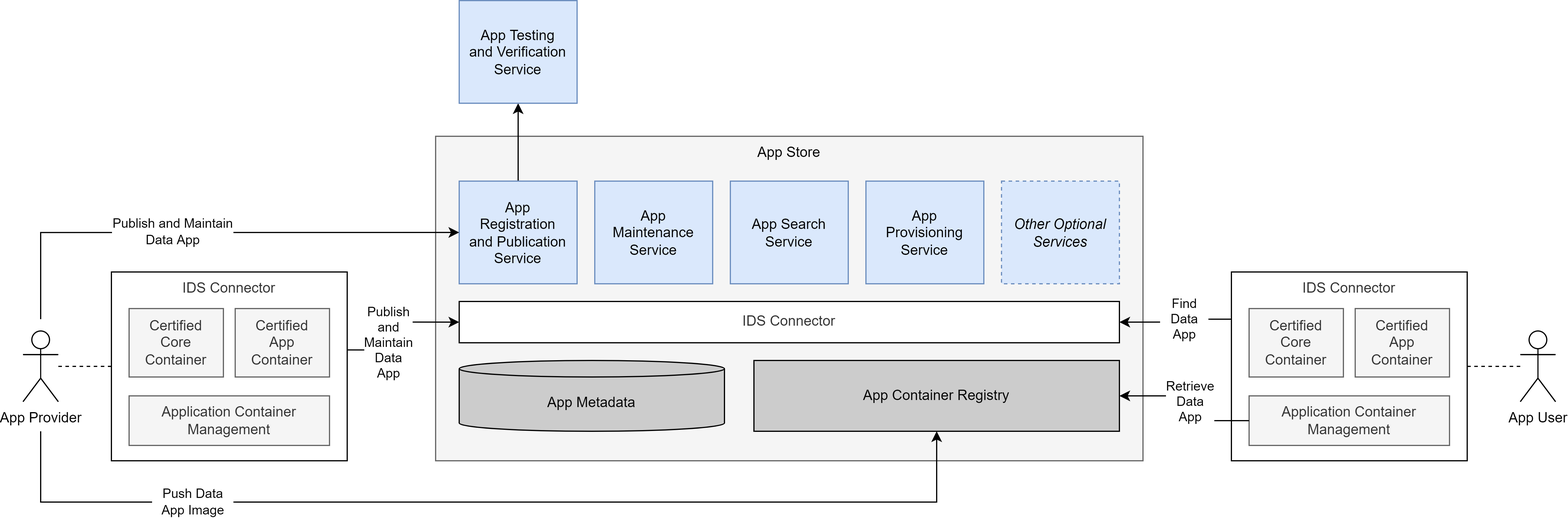
Earlier version of the draw.io export documentation/3_Layers_of_the_Reference_Architecture_Model/3_5_System_Layer/media/app-store-architecture.png (International-Data-Spaces-Association/IDS-RAM_4_0). Source tidied: cells renumbered, new cells last; positions are measured from the earlier drawing's top-left corner, leaving out a move shared by most shapes.
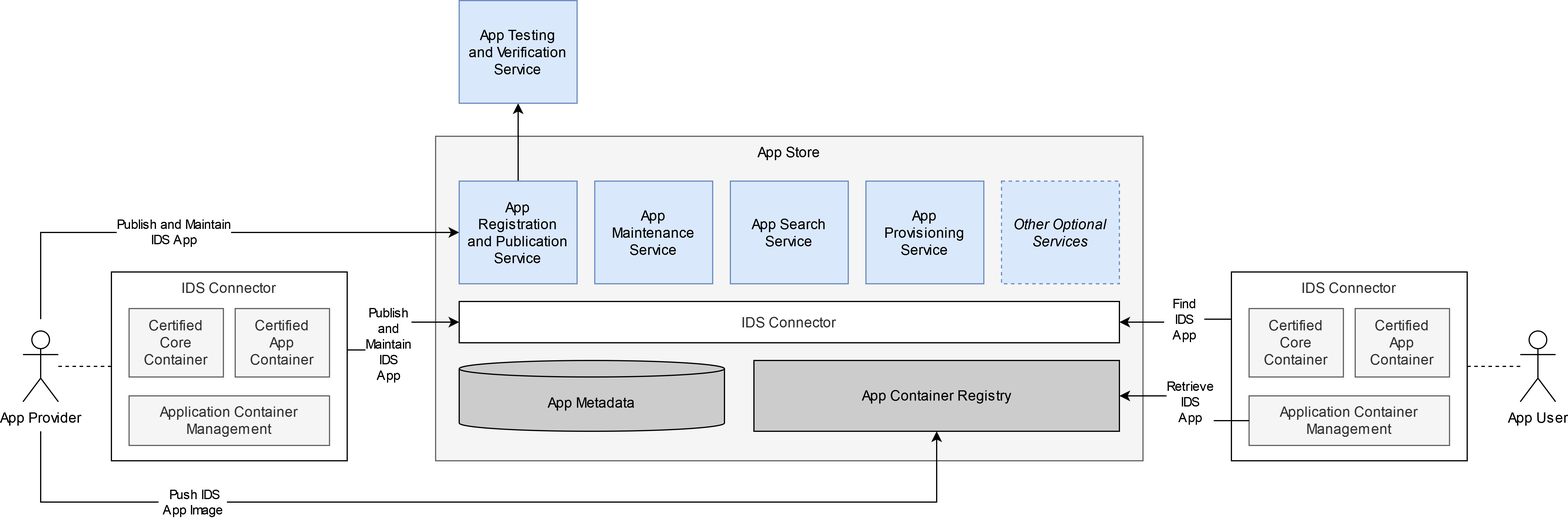
Later version of the same file.

Diff of the diagram source:
```diff
@@ -35,12 +35,12 @@
     <mxCell id="12" style="rounded=0;jettySize=auto;html=1;entryX=0;entryY=0.5;entryDx=0;entryDy=0;exitX=0.998;exitY=0.413;exitDx=0;exitDy=0;exitPerimeter=0;edgeStyle=orthogonalEdgeStyle;" parent="1" edge="1" source="22" target="4">
       <mxGeometry relative="1" as="geometry" />
     </mxCell>
-    <mxCell id="13" value="&lt;div&gt;Publish&lt;/div&gt;&lt;div&gt;and&lt;/div&gt;&lt;div&gt;Maintain&lt;/div&gt;&lt;div&gt;Data&lt;/div&gt;&lt;div&gt;App&lt;br&gt;&lt;/div&gt;" style="edgeLabel;html=1;align=center;verticalAlign=middle;" parent="12" vertex="1">
+    <mxCell id="13" value="&lt;div&gt;Publish&lt;/div&gt;&lt;div&gt;and&lt;/div&gt;&lt;div&gt;Maintain&lt;/div&gt;&lt;div&gt;IDS&lt;/div&gt;&lt;div&gt;App&lt;br&gt;&lt;/div&gt;" style="edgeLabel;html=1;align=center;verticalAlign=middle;" parent="12" vertex="1">
       <mxGeometry x="-0.19" y="-1" relative="1" as="geometry">
         <mxPoint x="-14" y="-6" as="offset" />
       </mxGeometry>
     </mxCell>
-    <mxCell id="14" value="Publish and Maintain&lt;br&gt;Data App" style="rounded=0;jettySize=auto;html=1;entryX=0;entryY=0.5;entryDx=0;entryDy=0;fontColor=#000000;edgeStyle=orthogonalEdgeStyle;" parent="1" edge="1" target="6">
+    <mxCell id="14" value="Publish and Maintain&lt;br&gt;IDS App" style="rounded=0;jettySize=auto;html=1;entryX=0;entryY=0.5;entryDx=0;entryDy=0;fontColor=#000000;edgeStyle=orthogonalEdgeStyle;" parent="1" edge="1" target="6">
       <mxGeometry x="-0.13" y="1" relative="1" as="geometry">
         <mxPoint x="15" y="270" as="sourcePoint" />
         <Array as="points">
@@ -48,7 +48,7 @@
         </Array>
       </mxGeometry>
     </mxCell>
-    <mxCell id="15" value="&amp;nbsp; &amp;nbsp;Push Data&amp;nbsp; &amp;nbsp;&lt;br&gt;App Image" style="edgeStyle=orthogonalEdgeStyle;rounded=0;jettySize=auto;html=1;entryX=0.5;entryY=1;entryDx=0;entryDy=0;fontColor=#000000;" parent="1" edge="1" target="3">
+    <mxCell id="15" value="&amp;nbsp; &amp;nbsp;Push IDS &amp;nbsp; &lt;br&gt;App Image" style="edgeStyle=orthogonalEdgeStyle;rounded=0;jettySize=auto;html=1;entryX=0.5;entryY=1;entryDx=0;entryDy=0;fontColor=#000000;" parent="1" edge="1" target="3">
       <mxGeometry x="-0.57" relative="1" as="geometry">
         <mxPoint x="15" y="365" as="sourcePoint" />
         <Array as="points">
@@ -102,10 +102,10 @@
     <mxCell id="30" value="&lt;div&gt;Certified&lt;/div&gt;&lt;div&gt;Core Container&lt;/div&gt;" style="rounded=0;whiteSpace=wrap;html=1;verticalAlign=middle;fillColor=#f5f5f5;fontColor=#333333;strokeColor=#666666;" parent="26" vertex="1">
       <mxGeometry x="15" y="31" width="80" height="58" as="geometry" />
     </mxCell>
-    <mxCell id="31" value="&lt;div&gt;Find&lt;/div&gt;&lt;div&gt;&amp;nbsp; &amp;nbsp;Data&amp;nbsp; &amp;nbsp;&lt;/div&gt;&lt;div&gt;App&lt;/div&gt;" style="rounded=0;jettySize=auto;html=1;entryX=1;entryY=0.5;entryDx=0;entryDy=0;exitX=0;exitY=0.25;exitDx=0;exitDy=0;edgeStyle=orthogonalEdgeStyle;" parent="1" edge="1" source="27" target="4">
+    <mxCell id="31" value="&lt;div&gt;Find&lt;/div&gt;&lt;div&gt;&amp;nbsp;&amp;nbsp; IDS&amp;nbsp; &amp;nbsp; &lt;br&gt;&lt;/div&gt;&lt;div&gt;App&lt;/div&gt;" style="rounded=0;jettySize=auto;html=1;entryX=1;entryY=0.5;entryDx=0;entryDy=0;exitX=0;exitY=0.25;exitDx=0;exitDy=0;edgeStyle=orthogonalEdgeStyle;" parent="1" edge="1" source="27" target="4">
       <mxGeometry x="-0.18" relative="1" as="geometry" />
     </mxCell>
-    <mxCell id="32" value="&lt;div&gt;Retrieve&lt;/div&gt;&lt;div&gt;Data&lt;/div&gt;&lt;div&gt;App&lt;/div&gt;" style="rounded=0;jettySize=auto;html=1;entryX=1;entryY=0.5;entryDx=0;entryDy=0;exitX=0;exitY=0.5;exitDx=0;exitDy=0;edgeStyle=orthogonalEdgeStyle;" parent="1" edge="1" source="28" target="3">
+    <mxCell id="32" value="&lt;div&gt;Retrieve&lt;/div&gt;&lt;div&gt;IDS&lt;/div&gt;&lt;div&gt;App&lt;/div&gt;" style="rounded=0;jettySize=auto;html=1;entryX=1;entryY=0.5;entryDx=0;entryDy=0;exitX=0;exitY=0.5;exitDx=0;exitDy=0;edgeStyle=orthogonalEdgeStyle;" parent="1" edge="1" source="28" target="3">
       <mxGeometry x="0.08" y="-5" relative="1" as="geometry" />
     </mxCell>
   </root>
```
